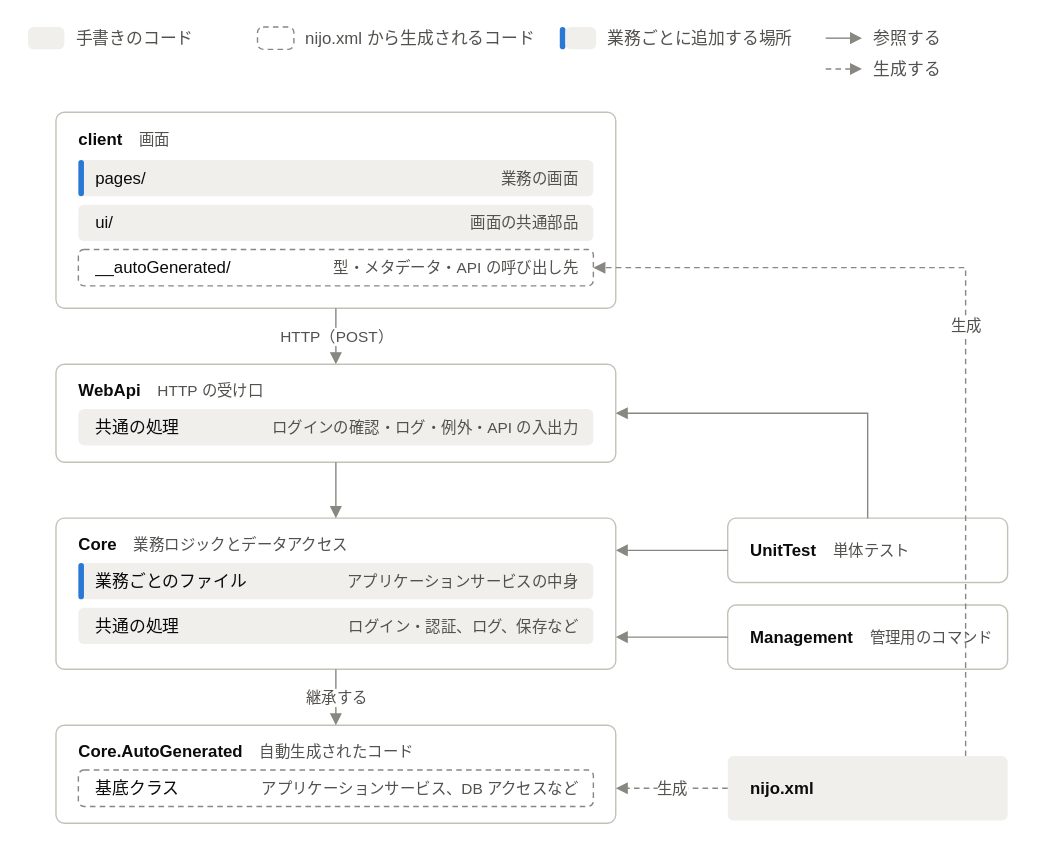
halllky/NijoAppScaffold keeps this draw.io diagram as demo/101_販売管理システム/標準仕様書_プロジェクト構成図.drawio.svg. Above is the earlier version. Source tidied: cells renumbered, new cells last; positions are measured from the earlier drawing's top-left corner, leaving out a move shared by most shapes.
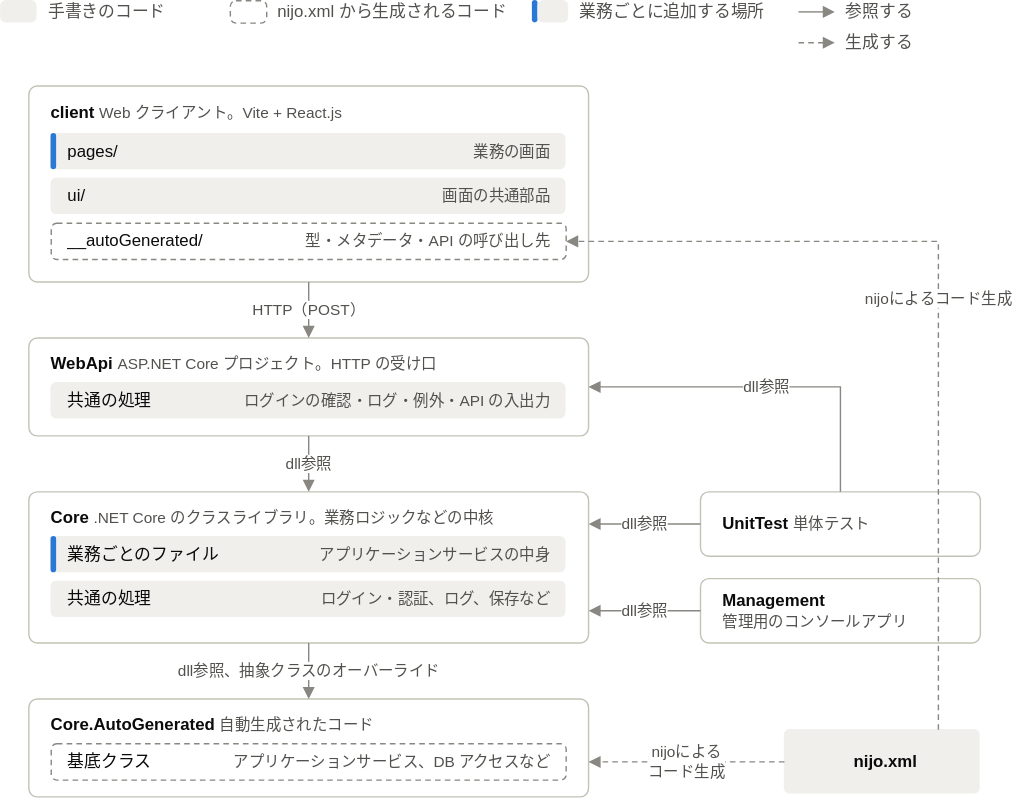
After the commit.

What changed in the source:
```diff
@@ -44,7 +44,7 @@
     <mxCell id="13" style="rounded=1;absoluteArcSize=1;arcSize=12;html=1;fillColor=#ffffff;strokeColor=#c3c2b7;strokeWidth=1;" parent="1" vertex="1">
       <mxGeometry x="20" y="61" width="400" height="140" as="geometry" />
     </mxCell>
-    <mxCell id="14" value="&lt;b&gt;client&lt;/b&gt;　&lt;span style=&quot;color:#52514e;font-size:11px&quot;&gt;画面&lt;/span&gt;" style="text;html=1;align=left;verticalAlign=middle;fontSize=12;fontColor=#0b0b0b;fontStyle=0;spacing=0;" parent="1" vertex="1">
+    <mxCell id="14" value="&lt;b&gt;client&lt;/b&gt;　&lt;span style=&quot;color: rgb(82, 81, 78); font-size: 11px;&quot;&gt;Web クライアント。Vite + React.js&lt;/span&gt;" style="text;html=1;align=left;verticalAlign=middle;fontSize=12;fontColor=#0b0b0b;fontStyle=0;spacing=0;" parent="1" vertex="1">
       <mxGeometry x="36" y="71" width="368" height="18" as="geometry" />
     </mxCell>
     <mxCell id="15" style="rounded=1;absoluteArcSize=1;arcSize=8;html=1;fillColor=#f0efec;strokeColor=none;strokeWidth=1;" parent="1" vertex="1">
@@ -80,7 +80,7 @@
     <mxCell id="25" style="rounded=1;absoluteArcSize=1;arcSize=12;html=1;fillColor=#ffffff;strokeColor=#c3c2b7;strokeWidth=1;" parent="1" vertex="1">
       <mxGeometry x="20" y="241" width="400" height="70" as="geometry" />
     </mxCell>
-    <mxCell id="26" value="&lt;b&gt;WebApi&lt;/b&gt;　&lt;span style=&quot;color:#52514e;font-size:11px&quot;&gt;HTTP の受け口&lt;/span&gt;" style="text;html=1;align=left;verticalAlign=middle;fontSize=12;fontColor=#0b0b0b;fontStyle=0;spacing=0;" parent="1" vertex="1">
+    <mxCell id="26" value="&lt;b&gt;WebApi&lt;/b&gt;　&lt;span style=&quot;color: rgb(82, 81, 78); font-size: 11px;&quot;&gt;ASP.NET Core プロジェクト。HTTP の受け口&lt;/span&gt;" style="text;html=1;align=left;verticalAlign=middle;fontSize=12;fontColor=#0b0b0b;fontStyle=0;spacing=0;" parent="1" vertex="1">
       <mxGeometry x="36" y="251" width="368" height="18" as="geometry" />
     </mxCell>
     <mxCell id="27" style="rounded=1;absoluteArcSize=1;arcSize=8;html=1;fillColor=#f0efec;strokeColor=none;strokeWidth=1;" parent="1" vertex="1">
@@ -95,7 +95,7 @@
     <mxCell id="30" style="rounded=1;absoluteArcSize=1;arcSize=12;html=1;fillColor=#ffffff;strokeColor=#c3c2b7;strokeWidth=1;" parent="1" vertex="1">
       <mxGeometry x="20" y="351" width="400" height="108" as="geometry" />
     </mxCell>
-    <mxCell id="31" value="&lt;b&gt;Core&lt;/b&gt;　&lt;span style=&quot;color:#52514e;font-size:11px&quot;&gt;業務ロジックとデータアクセス&lt;/span&gt;" style="text;html=1;align=left;verticalAlign=middle;fontSize=12;fontColor=#0b0b0b;fontStyle=0;spacing=0;" parent="1" vertex="1">
+    <mxCell id="31" value="&lt;b&gt;Core&lt;/b&gt;　&lt;span style=&quot;color: rgb(82, 81, 78); font-size: 11px;&quot;&gt;.NET Core のクラスライブラリ。業務ロジックなどの中核&lt;/span&gt;" style="text;html=1;align=left;verticalAlign=middle;fontSize=12;fontColor=#0b0b0b;fontStyle=0;spacing=0;" parent="1" vertex="1">
       <mxGeometry x="36" y="361" width="368" height="18" as="geometry" />
     </mxCell>
     <mxCell id="32" style="rounded=1;absoluteArcSize=1;arcSize=8;html=1;fillColor=#f0efec;strokeColor=none;strokeWidth=1;" parent="1" vertex="1">
@@ -140,13 +140,13 @@
         <mxPoint x="220" y="241" as="targetPoint" />
       </mxGeometry>
     </mxCell>
-    <mxCell id="45" style="html=1;rounded=0;endArrow=block;endFill=1;endSize=6;startArrow=none;strokeColor=#898781;strokeWidth=1;fontSize=11;fontColor=#52514e;labelBackgroundColor=#ffffff;" parent="1" edge="1">
+    <mxCell id="45" value="dll参照" style="html=1;rounded=0;endArrow=block;endFill=1;endSize=6;startArrow=none;strokeColor=#898781;strokeWidth=1;fontSize=11;fontColor=#52514e;labelBackgroundColor=#ffffff;" parent="1" edge="1">
       <mxGeometry relative="1" as="geometry">
         <mxPoint x="220" y="311" as="sourcePoint" />
         <mxPoint x="220" y="351" as="targetPoint" />
       </mxGeometry>
     </mxCell>
-    <mxCell id="46" value="継承する" style="html=1;rounded=0;endArrow=block;endFill=1;endSize=6;startArrow=none;strokeColor=#898781;strokeWidth=1;fontSize=11;fontColor=#52514e;labelBackgroundColor=#ffffff;" parent="1" edge="1">
+    <mxCell id="46" value="dll参照、抽象クラスのオーバーライド" style="html=1;rounded=0;endArrow=block;endFill=1;endSize=6;startArrow=none;strokeColor=#898781;strokeWidth=1;fontSize=11;fontColor=#52514e;labelBackgroundColor=#ffffff;" parent="1" edge="1">
       <mxGeometry relative="1" as="geometry">
         <mxPoint x="220" y="459" as="sourcePoint" />
         <mxPoint x="220" y="499" as="targetPoint" />
@@ -161,22 +161,22 @@
     <mxCell id="49" style="rounded=1;absoluteArcSize=1;arcSize=12;html=1;fillColor=#ffffff;strokeColor=#c3c2b7;strokeWidth=1;" parent="1" vertex="1">
       <mxGeometry x="500" y="413" width="200" height="46" as="geometry" />
     </mxCell>
-    <mxCell id="50" value="&lt;b&gt;Management&lt;/b&gt;　&lt;span style=&quot;color:#52514e;font-size:11px&quot;&gt;管理用のコマンド&lt;/span&gt;" style="text;html=1;align=left;verticalAlign=middle;fontSize=12;fontColor=#0b0b0b;fontStyle=0;spacing=0;" parent="1" vertex="1">
+    <mxCell id="50" value="&lt;b&gt;Management&lt;/b&gt;&lt;div&gt;&lt;span style=&quot;color: rgb(82, 81, 78); font-size: 11px;&quot;&gt;管理用のコンソールアプリ&lt;/span&gt;&lt;/div&gt;" style="text;html=1;align=left;verticalAlign=middle;fontSize=12;fontColor=#0b0b0b;fontStyle=0;spacing=0;" parent="1" vertex="1">
       <mxGeometry x="516" y="413" width="168" height="46" as="geometry" />
     </mxCell>
-    <mxCell id="51" style="html=1;rounded=0;endArrow=block;endFill=1;endSize=6;startArrow=none;strokeColor=#898781;strokeWidth=1;fontSize=11;fontColor=#52514e;labelBackgroundColor=#ffffff;" parent="1" edge="1">
+    <mxCell id="51" value="dll参照" style="html=1;rounded=0;endArrow=block;endFill=1;endSize=6;startArrow=none;strokeColor=#898781;strokeWidth=1;fontSize=11;fontColor=#52514e;labelBackgroundColor=#ffffff;" parent="1" edge="1">
       <mxGeometry relative="1" as="geometry">
         <mxPoint x="500" y="374" as="sourcePoint" />
         <mxPoint x="420" y="374" as="targetPoint" />
       </mxGeometry>
     </mxCell>
-    <mxCell id="52" style="html=1;rounded=0;endArrow=block;endFill=1;endSize=6;startArrow=none;strokeColor=#898781;strokeWidth=1;fontSize=11;fontColor=#52514e;labelBackgroundColor=#ffffff;" parent="1" edge="1">
+    <mxCell id="52" value="dll参照" style="html=1;rounded=0;endArrow=block;endFill=1;endSize=6;startArrow=none;strokeColor=#898781;strokeWidth=1;fontSize=11;fontColor=#52514e;labelBackgroundColor=#ffffff;" parent="1" edge="1">
       <mxGeometry relative="1" as="geometry">
         <mxPoint x="500" y="436" as="sourcePoint" />
         <mxPoint x="420" y="436" as="targetPoint" />
       </mxGeometry>
     </mxCell>
-    <mxCell id="53" style="html=1;rounded=0;endArrow=block;endFill=1;endSize=6;startArrow=none;strokeColor=#898781;strokeWidth=1;fontSize=11;fontColor=#52514e;labelBackgroundColor=#ffffff;" parent="1" edge="1">
+    <mxCell id="53" value="dll参照" style="html=1;rounded=0;endArrow=block;endFill=1;endSize=6;startArrow=none;strokeColor=#898781;strokeWidth=1;fontSize=11;fontColor=#52514e;labelBackgroundColor=#ffffff;" parent="1" edge="1">
       <mxGeometry relative="1" as="geometry">
         <mxPoint x="600" y="351" as="sourcePoint" />
         <mxPoint x="420" y="276" as="targetPoint" />
@@ -186,18 +186,17 @@
       </mxGeometry>
     </mxCell>
     <mxCell id="54" style="rounded=1;absoluteArcSize=1;arcSize=8;html=1;fillColor=#f0efec;strokeColor=none;strokeWidth=1;" parent="1" vertex="1">
-      <mxGeometry x="500" y="521" width="200" height="46" as="geometry" />
+      <mxGeometry x="560" y="521" width="140" height="46" as="geometry" />
     </mxCell>
-    <mxCell id="55" value="&lt;b&gt;nijo.xml&lt;/b&gt;" style="text;html=1;align=left;verticalAlign=middle;fontSize=12;fontColor=#0b0b0b;fontStyle=0;spacing=0;" parent="1" vertex="1">
-      <mxGeometry x="516" y="521" width="168" height="46" as="geometry" />
+    <mxCell id="55" value="&lt;b&gt;nijo.xml&lt;/b&gt;" style="text;html=1;align=center;verticalAlign=middle;fontSize=12;fontColor=#0b0b0b;fontStyle=0;spacing=0;" parent="1" vertex="1">
+      <mxGeometry x="580" y="521" width="104" height="46" as="geometry" />
     </mxCell>
-    <mxCell id="56" value="生成" style="html=1;rounded=0;endArrow=block;endFill=1;endSize=6;startArrow=none;strokeColor=#898781;strokeWidth=1;fontSize=11;fontColor=#52514e;labelBackgroundColor=#ffffff;dashed=1;dashPattern=4 3;" parent="1" edge="1">
+    <mxCell id="56" value="nijoによる&lt;div&gt;コード生成&lt;/div&gt;" style="html=1;rounded=0;endArrow=block;endFill=1;endSize=6;startArrow=none;strokeColor=#898781;strokeWidth=1;fontSize=11;fontColor=#52514e;labelBackgroundColor=#ffffff;dashed=1;dashPattern=4 3;exitX=0;exitY=0.5;exitDx=0;exitDy=0;" parent="1" edge="1" source="54">
       <mxGeometry relative="1" as="geometry">
-        <mxPoint x="500" y="544" as="sourcePoint" />
         <mxPoint x="420" y="544" as="targetPoint" />
       </mxGeometry>
     </mxCell>
-    <mxCell id="57" value="生成" style="html=1;rounded=0;endArrow=block;endFill=1;endSize=6;startArrow=none;strokeColor=#898781;strokeWidth=1;fontSize=11;fontColor=#52514e;labelBackgroundColor=#ffffff;dashed=1;dashPattern=4 3;" parent="1" edge="1">
+    <mxCell id="57" value="nijoによるコード生成" style="html=1;rounded=0;endArrow=block;endFill=1;endSize=6;startArrow=none;strokeColor=#898781;strokeWidth=1;fontSize=11;fontColor=#52514e;labelBackgroundColor=#ffffff;dashed=1;dashPattern=4 3;" parent="1" edge="1">
       <mxGeometry relative="1" as="geometry">
         <mxPoint x="670" y="521" as="sourcePoint" />
         <mxPoint x="404" y="172" as="targetPoint" />
```
